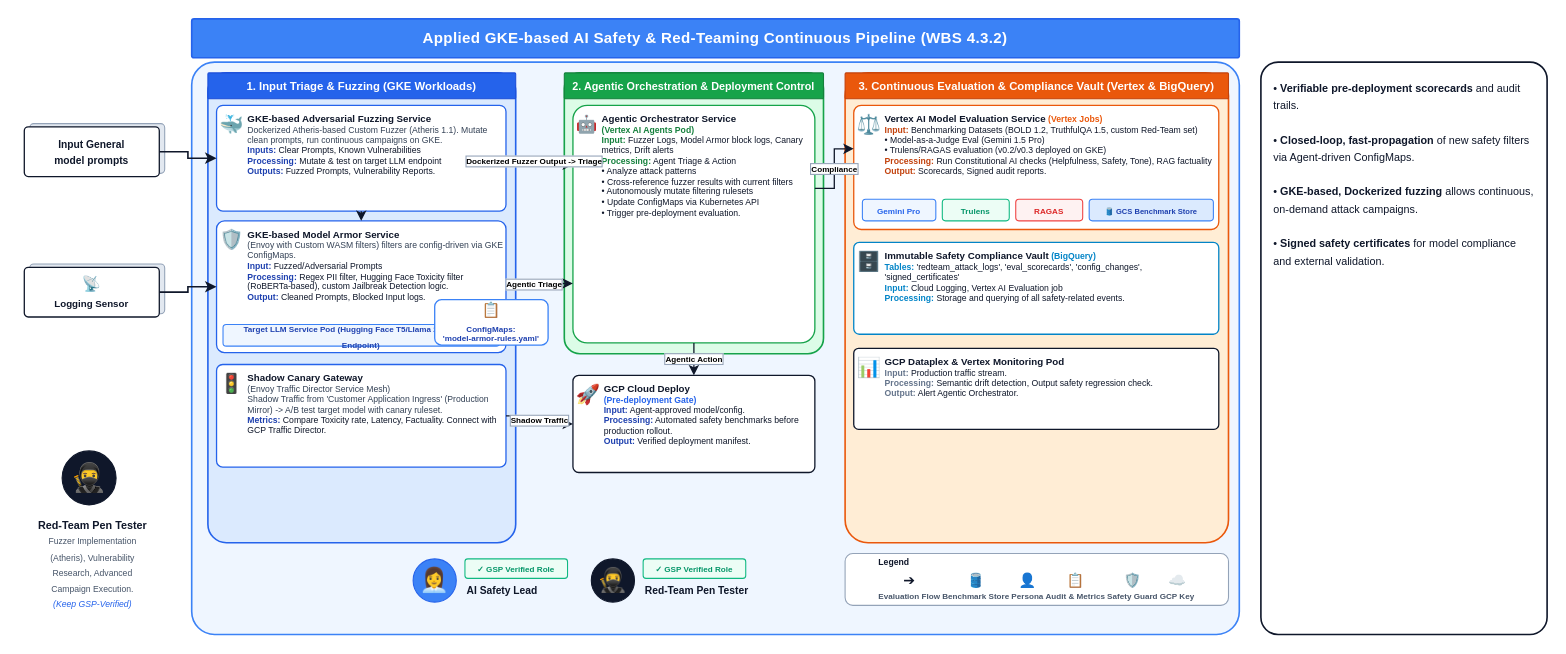
Above: templates/master_blueprints/xml/P4-GOV-L-04_ai_trism_guardrail_pipeline.drawio.xml in nitinaggarwal-12/PromptCanvas (draw.io), before the change. Source tidied: cells renumbered, new cells numbered last; positions are measured from the earlier drawing's top-left corner, leaving out a move shared by most shapes. Both pictures are drawn from the tidied source at 108%, with x=0, y=0 at pixel (18, 18).
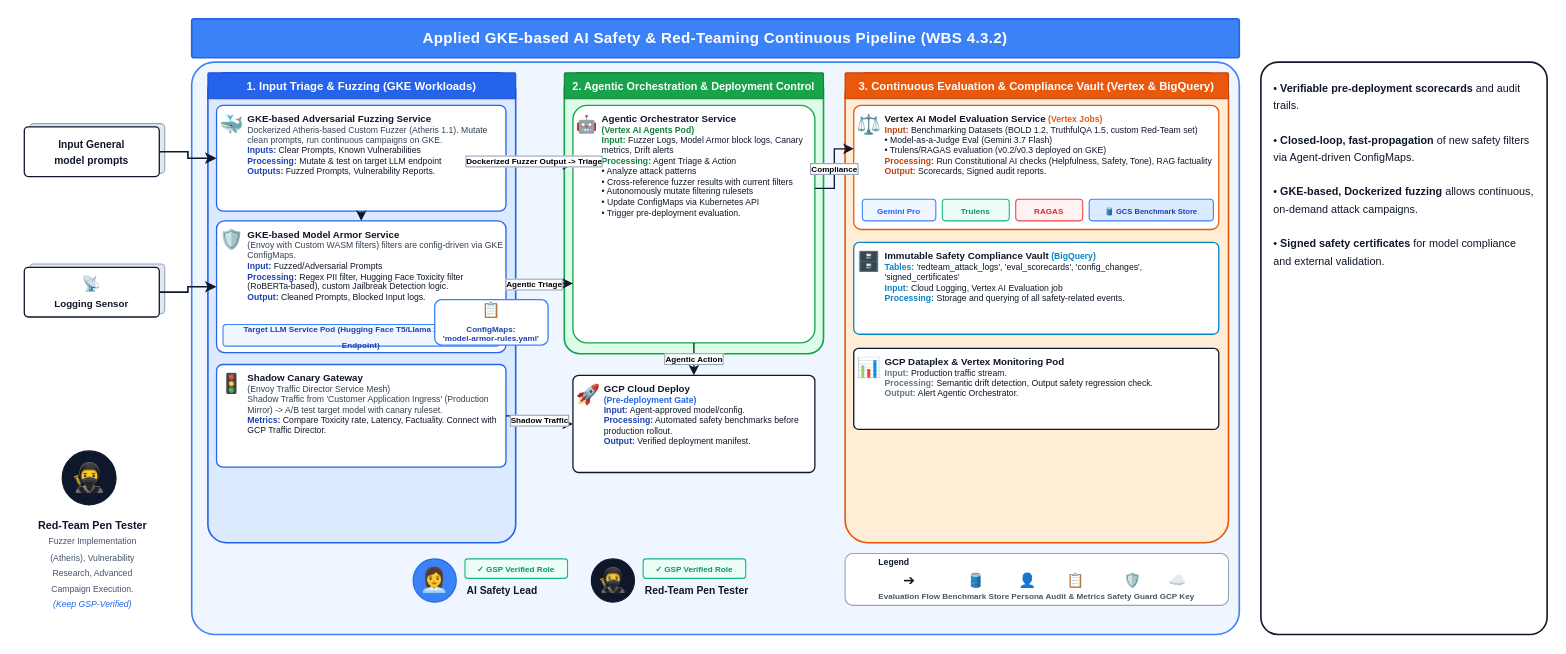
The same diagram, later.

What changed in the source:
```diff
@@
-    <mxCell id="23" value="&lt;table style=&quot;width:100%;border-collapse:collapse;font-size:8px;color:#0F172A;&quot;&gt;&lt;tr&gt;&lt;td style=&quot;width:24px;vertical-align:top;font-size:18px;&quot;&gt;⚖️&lt;/td&gt;&lt;td style=&quot;vertical-align:top;&quot;&gt;&lt;b style=&quot;font-size:9px;color:#0F172A;&quot;&gt;Vertex AI Model Evaluation Service&lt;/b&gt; &lt;span style=&quot;color:#EA580C;font-weight:bold;&quot;&gt;(Vertex Jobs)&lt;/span&gt;&lt;br&gt;&lt;b style=&quot;color:#C2410C;&quot;&gt;Input:&lt;/b&gt; Benchmarking Datasets (BOLD 1.2, TruthfulQA 1.5, custom Red-Team set)&lt;br&gt;• Model-as-a-Judge Eval (Gemini 1.5 Pro)&lt;br&gt;• Trulens/RAGAS evaluation (v0.2/v0.3 deployed on GKE)&lt;br&gt;&lt;b style=&quot;color:#C2410C;&quot;&gt;Processing:&lt;/b&gt; Run Constitutional AI checks (Helpfulness, Safety, Tone), RAG factuality&lt;br&gt;&lt;b style=&quot;color:#C2410C;&quot;&gt;Output:&lt;/b&gt; Scorecards, Signed audit reports.&lt;/td&gt;&lt;/tr&gt;&lt;/table&gt;" style="rounded=1;arcSize=6;whiteSpace=wrap;html=1;fillColor=#FFFFFF;strokeColor=#EA580C;strokeWidth=1.2;align=left;verticalAlign=top;padding=4;" parent="1" vertex="1">
+    <mxCell id="23" value="&lt;table style=&quot;width:100%;border-collapse:collapse;font-size:8px;color:#0F172A;&quot;&gt;&lt;tr&gt;&lt;td style=&quot;width:24px;vertical-align:top;font-size:18px;&quot;&gt;⚖️&lt;/td&gt;&lt;td style=&quot;vertical-align:top;&quot;&gt;&lt;b style=&quot;font-size:9px;color:#0F172A;&quot;&gt;Vertex AI Model Evaluation Service&lt;/b&gt; &lt;span style=&quot;color:#EA580C;font-weight:bold;&quot;&gt;(Vertex Jobs)&lt;/span&gt;&lt;br&gt;&lt;b style=&quot;color:#C2410C;&quot;&gt;Input:&lt;/b&gt; Benchmarking Datasets (BOLD 1.2, TruthfulQA 1.5, custom Red-Team set)&lt;br&gt;• Model-as-a-Judge Eval (Gemini 3.7 Flash)&lt;br&gt;• Trulens/RAGAS evaluation (v0.2/v0.3 deployed on GKE)&lt;br&gt;&lt;b style=&quot;color:#C2410C;&quot;&gt;Processing:&lt;/b&gt; Run Constitutional AI checks (Helpfulness, Safety, Tone), RAG factuality&lt;br&gt;&lt;b style=&quot;color:#C2410C;&quot;&gt;Output:&lt;/b&gt; Scorecards, Signed audit reports.&lt;/td&gt;&lt;/tr&gt;&lt;/table&gt;" style="rounded=1;arcSize=6;whiteSpace=wrap;html=1;fillColor=#FFFFFF;strokeColor=#EA580C;strokeWidth=1.2;align=left;verticalAlign=top;padding=4;" parent="1" vertex="1">
       <mxGeometry x="773" y="80" width="338" height="115" as="geometry" />
     </mxCell>
```
